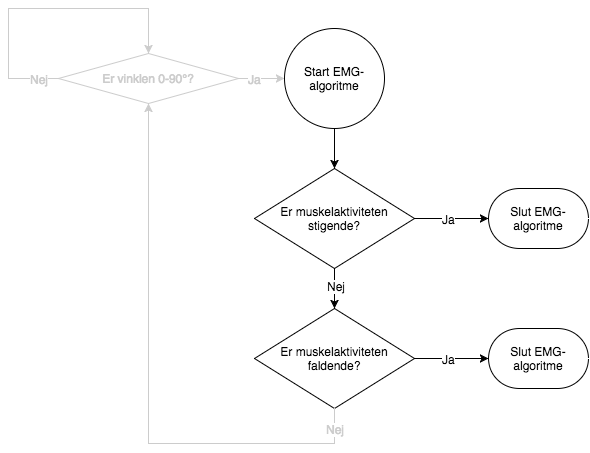
This is figures/implementering/EMG_algo.png from mariakroustrup/ST4, a draw.io export, as it was before one commit. Source tidied: cells renumbered, new cells last; positions are measured from the earlier drawing's top-left corner, leaving out a move shared by most shapes.
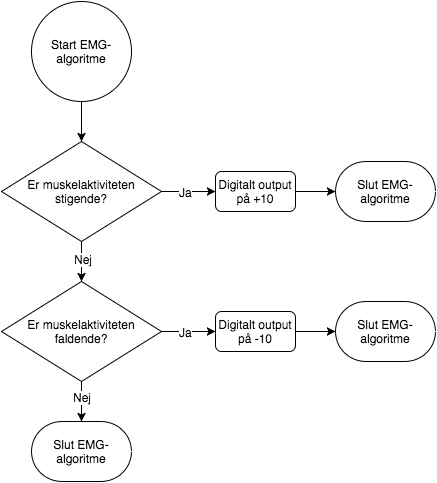
After the change.

Diff of the diagram source:
```diff
@@ -12,7 +12,7 @@
       <mxGeometry relative="1" as="geometry" />
     </mxCell>
     <mxCell id="5" value="Slut EMG-algoritme" style="strokeWidth=1;html=1;shape=mxgraph.flowchart.terminator;whiteSpace=wrap;" parent="1" vertex="1">
-      <mxGeometry x="480" y="180" width="100" height="60" as="geometry" />
+      <mxGeometry x="580" y="180" width="100" height="60" as="geometry" />
     </mxCell>
     <mxCell id="6" style="edgeStyle=orthogonalEdgeStyle;rounded=0;html=1;exitX=0.5;exitY=1;exitPerimeter=0;entryX=0.5;entryY=0;entryPerimeter=0;startSize=6;jettySize=auto;" parent="1" edge="1" target="8">
       <mxGeometry x="506" y="280" as="geometry">
@@ -27,62 +27,60 @@
     <mxCell id="8" value="Er muskelaktiviteten&lt;div&gt;faldende?&lt;/div&gt;" style="strokeWidth=1;html=1;shape=mxgraph.flowchart.decision;whiteSpace=wrap;" parent="1" vertex="1">
       <mxGeometry x="246" y="300" width="160" height="100" as="geometry" />
     </mxCell>
-    <mxCell id="9" value="&lt;span&gt;&lt;font color=&quot;#cccccc&quot;&gt;Er vinklen 0-90°?&lt;/font&gt;&lt;/span&gt;" style="strokeWidth=1;html=1;shape=mxgraph.flowchart.decision;whiteSpace=wrap;strokeColor=#CCCCCC;" parent="1" vertex="1">
-      <mxGeometry x="50" y="45" width="180" height="50" as="geometry" />
-    </mxCell>
-    <mxCell id="10" style="edgeStyle=orthogonalEdgeStyle;rounded=0;html=1;jettySize=auto;strokeColor=#000000;" parent="1" edge="1" source="3" target="5">
+    <mxCell id="10" style="edgeStyle=orthogonalEdgeStyle;rounded=0;html=1;jettySize=auto;strokeColor=#000000;" parent="1" edge="1" source="21" target="5">
       <mxGeometry relative="1" as="geometry" />
     </mxCell>
     <mxCell id="11" value="Slut EMG-algoritme" style="strokeWidth=1;html=1;shape=mxgraph.flowchart.terminator;whiteSpace=wrap;" parent="1" vertex="1">
-      <mxGeometry x="480" y="320" width="100" height="60" as="geometry" />
+      <mxGeometry x="580" y="320" width="100" height="60" as="geometry" />
     </mxCell>
-    <mxCell id="12" style="edgeStyle=orthogonalEdgeStyle;rounded=0;html=1;jettySize=auto;strokeColor=#000000;" parent="1" edge="1" source="8" target="11">
+    <mxCell id="12" style="edgeStyle=orthogonalEdgeStyle;rounded=0;html=1;jettySize=auto;strokeColor=#000000;" parent="1" edge="1" source="23" target="11">
       <mxGeometry relative="1" as="geometry" />
     </mxCell>
     <mxCell id="13" value="Ja" style="text;html=1;align=center;verticalAlign=middle;labelBackgroundColor=#ffffff;" parent="12" vertex="1">
       <mxGeometry x="-0.08" y="3" relative="1" as="geometry">
-        <mxPoint y="-137" as="offset" />
+        <mxPoint x="-56" y="-137" as="offset" />
       </mxGeometry>
     </mxCell>
     <mxCell id="14" value="Ja" style="text;html=1;align=center;verticalAlign=middle;labelBackgroundColor=#ffffff;" parent="12" vertex="1">
       <mxGeometry y="-4" relative="1" as="geometry">
-        <mxPoint x="-3" y="-4" as="offset" />
+        <mxPoint x="-63" y="-4" as="offset" />
       </mxGeometry>
     </mxCell>
-    <mxCell id="15" style="edgeStyle=orthogonalEdgeStyle;rounded=0;html=1;jettySize=auto;strokeColor=#CCCCCC;" parent="1" edge="1" source="9" target="2">
-      <mxGeometry relative="1" as="geometry" />
-    </mxCell>
-    <mxCell id="16" value="&lt;font color=&quot;#cccccc&quot;&gt;Ja&lt;/font&gt;" style="text;html=1;align=center;verticalAlign=middle;labelBackgroundColor=#ffffff;" parent="15" vertex="1">
-      <mxGeometry x="0.04" relative="1" as="geometry">
-        <mxPoint x="-8" as="offset" />
-      </mxGeometry>
-    </mxCell>
-    <mxCell id="17" style="edgeStyle=orthogonalEdgeStyle;rounded=0;html=1;jettySize=auto;strokeColor=#CCCCCC;entryX=0.5;entryY=1;entryPerimeter=0;" parent="1" edge="1" source="8" target="9">
-      <mxGeometry relative="1" as="geometry">
-        <Array as="points">
-          <mxPoint x="326" y="435" />
-          <mxPoint x="140" y="435" />
-        </Array>
-      </mxGeometry>
-    </mxCell>
-    <mxCell id="18" value="&lt;font color=&quot;#cccccc&quot;&gt;Nej&lt;/font&gt;" style="text;html=1;align=center;verticalAlign=middle;labelBackgroundColor=#ffffff;" parent="17" vertex="1">
-      <mxGeometry x="-0.91" y="4" relative="1" as="geometry">
-        <mxPoint x="-4" y="-5" as="offset" />
-      </mxGeometry>
-    </mxCell>
-    <mxCell id="19" style="edgeStyle=orthogonalEdgeStyle;rounded=0;html=1;jettySize=auto;orthogonalLoop=1;strokeColor=#CCCCCC;entryX=0.5;entryY=0;entryPerimeter=0;" parent="1" edge="1" source="9" target="9">
-      <mxGeometry relative="1" as="geometry">
-        <Array as="points">
-          <mxPoint y="70" />
-          <mxPoint />
-          <mxPoint x="140" />
-        </Array>
-      </mxGeometry>
-    </mxCell>
-    <mxCell id="20" value="&lt;font color=&quot;#cccccc&quot;&gt;Nej&lt;/font&gt;" style="text;html=1;align=center;verticalAlign=middle;labelBackgroundColor=#ffffff;" parent="19" vertex="1">
-      <mxGeometry x="-0.84" y="2" relative="1" as="geometry">
-        <mxPoint x="5" y="-2" as="offset" />
-      </mxGeometry>
-    </mxCell>
+    <mxCell id="21" value="&lt;font color=&quot;#000000&quot;&gt;Digitalt output på +10&lt;/font&gt;" style="rounded=1;whiteSpace=wrap;html=1;strokeColor=#000000;strokeWidth=1;fillColor=#ffffff;fontColor=#CCCCCC;" parent="1" vertex="1">
+      <mxGeometry x="460" y="190" width="80" height="40" as="geometry" />
+    </mxCell>
+    <mxCell id="22" style="edgeStyle=orthogonalEdgeStyle;rounded=0;html=1;jettySize=auto;strokeColor=#000000;" parent="1" edge="1" source="3" target="21">
+      <mxGeometry relative="1" as="geometry" />
+    </mxCell>
+    <mxCell id="23" value="&lt;font color=&quot;#000000&quot;&gt;Digitalt output på -10&lt;/font&gt;" style="rounded=1;whiteSpace=wrap;html=1;strokeColor=#000000;strokeWidth=1;fillColor=#ffffff;fontColor=#CCCCCC;" parent="1" vertex="1">
+      <mxGeometry x="460" y="330" width="80" height="40" as="geometry" />
+    </mxCell>
+    <mxCell id="24" style="edgeStyle=orthogonalEdgeStyle;rounded=0;html=1;jettySize=auto;strokeColor=#000000;" parent="1" edge="1" source="8" target="23">
+      <mxGeometry relative="1" as="geometry" />
+    </mxCell>
+    <mxCell id="25" value="Ja" style="text;html=1;align=center;verticalAlign=middle;labelBackgroundColor=#ffffff;" parent="24" vertex="1">
+      <mxGeometry x="-0.08" y="3" relative="1" as="geometry">
+        <mxPoint x="-1" y="-137" as="offset" />
+      </mxGeometry>
+    </mxCell>
+    <mxCell id="26" value="Ja" style="text;html=1;align=center;verticalAlign=middle;labelBackgroundColor=#ffffff;" parent="24" vertex="1">
+      <mxGeometry y="-4" relative="1" as="geometry">
+        <mxPoint x="-3" y="-4" as="offset" />
+      </mxGeometry>
+    </mxCell>
+    <mxCell id="27" value="Slut EMG-algoritme" style="strokeWidth=1;html=1;shape=mxgraph.flowchart.terminator;whiteSpace=wrap;" parent="1" vertex="1">
+      <mxGeometry x="276" y="440" width="100" height="60" as="geometry" />
+    </mxCell>
+    <mxCell id="28" style="edgeStyle=orthogonalEdgeStyle;rounded=0;html=1;exitX=0.5;exitY=1;exitPerimeter=0;entryX=0.5;entryY=0;entryPerimeter=0;startSize=6;jettySize=auto;orthogonalLoop=1;" parent="1" edge="1">
+      <mxGeometry x="506" y="420" as="geometry">
+        <mxPoint x="326" y="400" as="sourcePoint" />
+        <mxPoint x="326" y="440" as="targetPoint" />
+      </mxGeometry>
+    </mxCell>
+    <mxCell id="29" value="Nej" style="text;html=1;align=center;verticalAlign=middle;labelBackgroundColor=#ffffff;" parent="28" vertex="1">
+      <mxGeometry relative="1" as="geometry">
+        <mxPoint y="-5" as="offset" />
+      </mxGeometry>
+    </mxCell>
   </root>
 </mxGraphModel>
```
